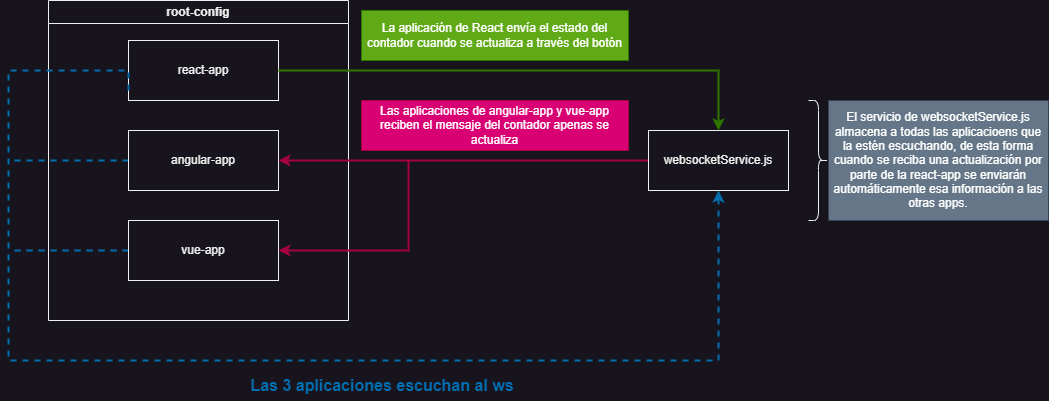
The draw.io diagram images/README images/POC Microfrontend.drawio.png in rmlarreta/microfrontend, before a commit. Source tidied: cells renumbered, new cells last; positions are measured from the earlier drawing's top-left corner, leaving out a move shared by most shapes.
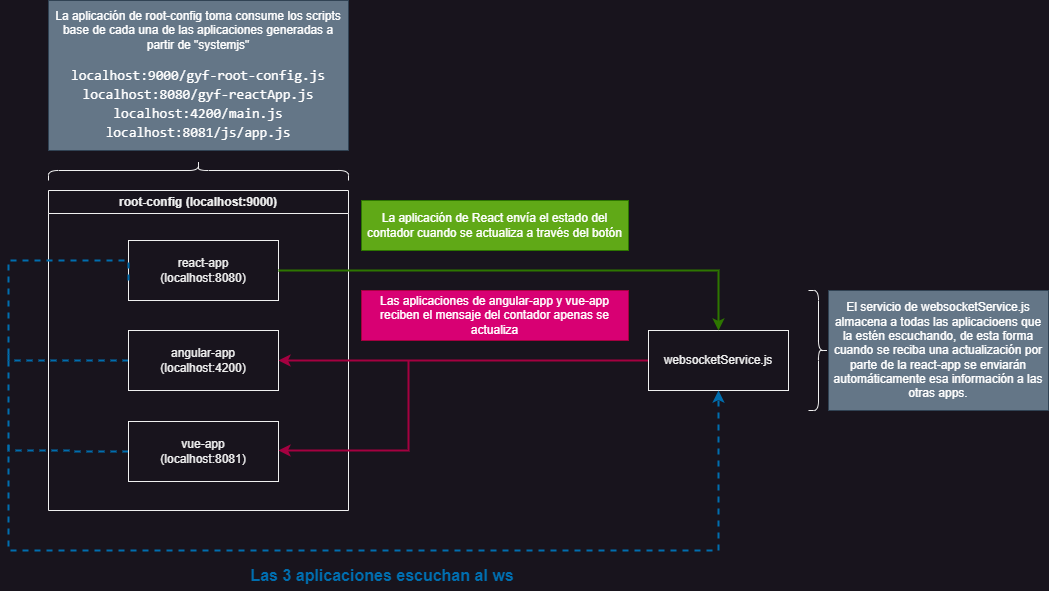
After the change.

Commit message:
#ARQ-491 - Adecuaciones al README y diagrama. Se agregan mensajes adicionales al websocket

Diff of the diagram source:
```diff
@@ -5,46 +5,54 @@
     <mxCell id="2" style="group;" parent="1" vertex="1">
       <mxGeometry width="1040" height="400" as="geometry" />
     </mxCell>
-    <mxCell id="3" value="root-config" style="swimlane;whiteSpace=wrap;html=1;" parent="2" vertex="1">
+    <mxCell id="3" value="root-config (localhost:9000)" style="swimlane;whiteSpace=wrap;html=1;" parent="2" vertex="1">
       <mxGeometry x="40" width="300" height="320" as="geometry" />
     </mxCell>
-    <mxCell id="4" value="react-app" style="rounded=0;whiteSpace=wrap;html=1;" parent="3" vertex="1">
-      <mxGeometry x="80" y="40" width="150" height="60" as="geometry" />
+    <mxCell id="4" value="react-app&lt;br&gt;(localhost:8080)" style="rounded=0;whiteSpace=wrap;html=1;" parent="3" vertex="1">
+      <mxGeometry x="80" y="50" width="150" height="60" as="geometry" />
     </mxCell>
     <mxCell id="5" style="edgeStyle=orthogonalEdgeStyle;rounded=0;jettySize=auto;html=1;exitX=0;exitY=0.5;exitDx=0;exitDy=0;endArrow=none;endFill=0;dashed=1;fillColor=#1ba1e2;strokeColor=#006EAF;strokeWidth=2;" parent="3" edge="1" source="6">
       <mxGeometry relative="1" as="geometry">
         <mxPoint x="-40" y="160" as="targetPoint" />
+        <Array as="points">
+          <mxPoint x="-40" y="170" />
+        </Array>
       </mxGeometry>
     </mxCell>
-    <mxCell id="6" value="angular-app" style="rounded=0;whiteSpace=wrap;html=1;" parent="3" vertex="1">
-      <mxGeometry x="80" y="130" width="150" height="60" as="geometry" />
+    <mxCell id="6" value="angular-app&lt;br&gt;(localhost:4200)" style="rounded=0;whiteSpace=wrap;html=1;" parent="3" vertex="1">
+      <mxGeometry x="80" y="140" width="150" height="60" as="geometry" />
     </mxCell>
     <mxCell id="7" style="edgeStyle=orthogonalEdgeStyle;rounded=0;jettySize=auto;html=1;exitX=0;exitY=0.5;exitDx=0;exitDy=0;endArrow=none;endFill=0;dashed=1;fillColor=#1ba1e2;strokeColor=#006EAF;strokeWidth=2;" parent="3" edge="1" source="8">
       <mxGeometry relative="1" as="geometry">
         <mxPoint x="-40" y="250" as="targetPoint" />
+        <Array as="points">
+          <mxPoint x="20" y="261" />
+          <mxPoint x="20" y="260" />
+          <mxPoint x="-40" y="260" />
+        </Array>
       </mxGeometry>
     </mxCell>
-    <mxCell id="8" value="vue-app" style="rounded=0;whiteSpace=wrap;html=1;" parent="3" vertex="1">
-      <mxGeometry x="80" y="220" width="150" height="60" as="geometry" />
+    <mxCell id="8" value="vue-app&lt;br&gt;(localhost:8081)" style="rounded=0;whiteSpace=wrap;html=1;" parent="3" vertex="1">
+      <mxGeometry x="80" y="231" width="150" height="60" as="geometry" />
     </mxCell>
+    <mxCell id="12" style="rounded=0;orthogonalLoop=1;jettySize=auto;html=1;entryX=1;entryY=0.5;entryDx=0;entryDy=0;fillColor=#d80073;strokeColor=#A50040;strokeWidth=2;" parent="3" edge="1">
+      <mxGeometry relative="1" as="geometry">
+        <mxPoint x="360" y="170" as="sourcePoint" />
+        <mxPoint x="230" y="260" as="targetPoint" />
+        <Array as="points">
+          <mxPoint x="360" y="260" />
+        </Array>
+      </mxGeometry>
+    </mxCell>
     <mxCell id="9" style="rounded=0;jettySize=auto;html=1;exitX=0;exitY=0.5;exitDx=0;exitDy=0;entryX=1;entryY=0.5;entryDx=0;entryDy=0;fillColor=#d80073;strokeColor=#A50040;strokeWidth=2;" parent="2" edge="1" source="10" target="6">
       <mxGeometry relative="1" as="geometry" />
     </mxCell>
     <mxCell id="10" value="websocketService.js" style="rounded=0;whiteSpace=wrap;html=1;" parent="2" vertex="1">
-      <mxGeometry x="640" y="130" width="140" height="60" as="geometry" />
+      <mxGeometry x="640" y="140" width="140" height="60" as="geometry" />
     </mxCell>
     <mxCell id="11" style="edgeStyle=orthogonalEdgeStyle;rounded=0;jettySize=auto;html=1;exitX=1;exitY=0.5;exitDx=0;exitDy=0;entryX=0.5;entryY=0;entryDx=0;entryDy=0;fillColor=#60a917;strokeColor=#2D7600;strokeWidth=2;" parent="2" edge="1" source="4" target="10">
       <mxGeometry relative="1" as="geometry" />
     </mxCell>
-    <mxCell id="12" style="rounded=0;orthogonalLoop=1;jettySize=auto;html=1;entryX=1;entryY=0.5;entryDx=0;entryDy=0;fillColor=#d80073;strokeColor=#A50040;strokeWidth=2;" parent="2" edge="1">
-      <mxGeometry relative="1" as="geometry">
-        <mxPoint x="400" y="160" as="sourcePoint" />
-        <mxPoint x="270" y="250" as="targetPoint" />
-        <Array as="points">
-          <mxPoint x="400" y="250" />
-        </Array>
-      </mxGeometry>
-    </mxCell>
     <mxCell id="13" style="edgeStyle=orthogonalEdgeStyle;rounded=0;jettySize=auto;html=1;exitX=0;exitY=0.5;exitDx=0;exitDy=0;entryX=0.5;entryY=1;entryDx=0;entryDy=0;dashed=1;fillColor=#1ba1e2;strokeColor=#006EAF;strokeWidth=2;" parent="2" edge="1" target="10">
       <mxGeometry relative="1" as="geometry">
         <mxPoint x="120" y="90" as="sourcePoint" />
@@ -71,5 +79,11 @@
     <mxCell id="18" value="El servicio de websocketService.js almacena a todas las aplicacioens que la estén escuchando, de esta forma cuando se reciba una actualización por parte de la react-app se enviarán automáticamente esa información a las otras apps." style="text;html=1;align=center;verticalAlign=middle;whiteSpace=wrap;rounded=0;fillColor=#647687;fontColor=#ffffff;strokeColor=#314354;" parent="2" vertex="1">
       <mxGeometry x="820" y="100" width="220" height="120" as="geometry" />
     </mxCell>
+    <mxCell id="19" style="shape=curlyBracket;whiteSpace=wrap;html=1;rounded=1;flipH=1;labelPosition=right;verticalLabelPosition=middle;align=left;verticalAlign=middle;rotation=-90;" parent="1" vertex="1">
+      <mxGeometry x="180" y="-170" width="20" height="300" as="geometry" />
+    </mxCell>
+    <mxCell id="20" value="La aplicación de root-config toma consume los scripts base de cada una de las aplicaciones generadas a partir de &quot;systemjs&quot;&lt;br&gt;&lt;br&gt;&lt;div style=&quot;font-family: Consolas, &amp;quot;Courier New&amp;quot;, monospace; font-size: 14px; line-height: 19px;&quot;&gt;&lt;div style=&quot;&quot;&gt;&lt;span style=&quot;background-color: rgb(100, 118, 135);&quot;&gt;localhost:9000/gyf-root-config.js&lt;/span&gt;&lt;/div&gt;&lt;div style=&quot;&quot;&gt;&lt;span style=&quot;background-color: rgb(100, 118, 135);&quot;&gt;localhost:8080/gyf-reactApp.js&lt;/span&gt;&lt;/div&gt;&lt;div style=&quot;&quot;&gt;&lt;span style=&quot;background-color: rgb(100, 118, 135);&quot;&gt;localhost:4200/main.js&lt;/span&gt;&lt;/div&gt;&lt;div style=&quot;&quot;&gt;&lt;span style=&quot;background-color: rgb(100, 118, 135);&quot;&gt;localhost:8081/js/app.js&lt;/span&gt;&lt;/div&gt;&lt;/div&gt;" style="text;html=1;align=center;verticalAlign=middle;whiteSpace=wrap;rounded=0;fillColor=#647687;fontColor=#ffffff;strokeColor=#314354;" parent="1" vertex="1">
+      <mxGeometry x="40" y="-190" width="300" height="150" as="geometry" />
+    </mxCell>
   </root>
 </mxGraphModel>
```
